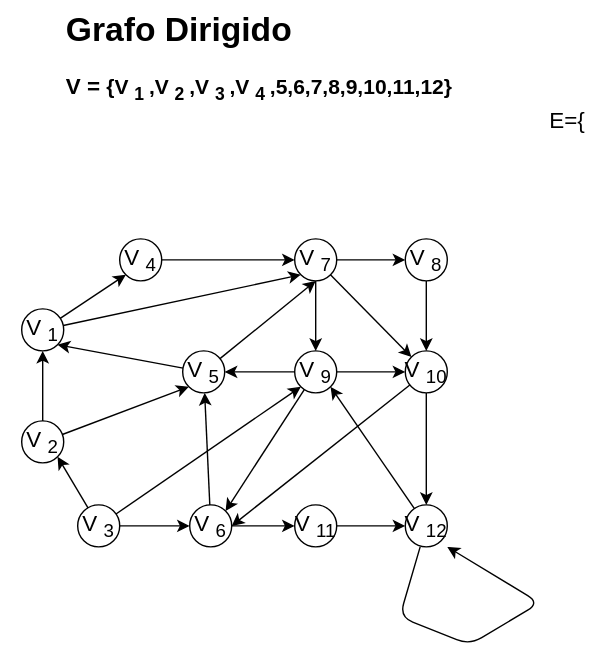
Before: Estructura-de-datos/Grafos/Ejercicio-grafosdir.drawio.svg, a diagram exported from draw.io (Nordcode-cyber/Algoritmos-Estructdatos). Source tidied: cells renumbered, new cells last; positions are measured from the earlier drawing's top-left corner, leaving out a move shared by most shapes.
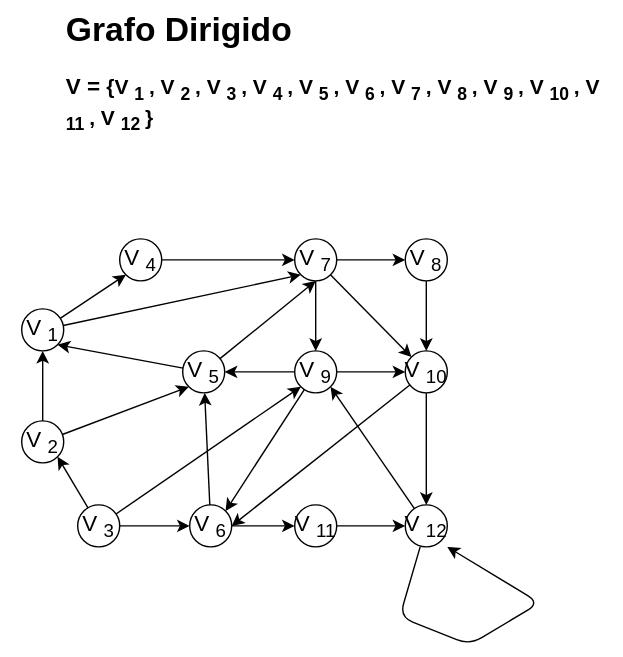
The same file after the commit.

Commit message:
graphs exjercise

Diff of the diagram source:
```diff
@@ -2,8 +2,8 @@
   <root>
     <mxCell id="0" />
     <mxCell id="1" parent="0" />
-    <mxCell id="2" value="&lt;h1 style=&quot;margin-top: 0px;&quot;&gt;&lt;font style=&quot;color: light-dark(rgb(0, 0, 0), rgb(0, 255, 128));&quot;&gt;Grafo Dirigido&lt;/font&gt;&lt;/h1&gt;&lt;p&gt;&lt;b&gt;&lt;font style=&quot;color: light-dark(rgb(0, 0, 0), rgb(255, 0, 0));&quot;&gt;&lt;font style=&quot;font-size: 16px;&quot;&gt;&lt;font style=&quot;&quot;&gt;V&lt;/font&gt;=&lt;/font&gt;&lt;font style=&quot;font-size: 15px;&quot;&gt;{V&lt;sub&gt;1&lt;/sub&gt;,V&lt;sub&gt;2&lt;/sub&gt;,V&lt;sub&gt;3&lt;/sub&gt;,V&lt;sub&gt;4&lt;/sub&gt;,5,6,7,8,9,10,11,12}&lt;/font&gt;&lt;/font&gt;&lt;/b&gt;&lt;/p&gt;" style="text;html=1;whiteSpace=wrap;overflow=hidden;rounded=0;" parent="1" vertex="1">
-      <mxGeometry x="45" width="280" height="120" as="geometry" />
+    <mxCell id="2" value="&lt;h1 style=&quot;margin-top: 0px;&quot;&gt;&lt;font style=&quot;color: light-dark(rgb(0, 0, 0), rgb(0, 255, 128));&quot;&gt;Grafo Dirigido&lt;/font&gt;&lt;/h1&gt;&lt;p&gt;&lt;b&gt;&lt;font style=&quot;color: light-dark(rgb(0, 0, 0), rgb(255, 0, 0));&quot;&gt;&lt;font style=&quot;font-size: 16px;&quot;&gt;&lt;font style=&quot;&quot;&gt;V&lt;/font&gt;=&lt;/font&gt;&lt;font style=&quot;font-size: 15px;&quot;&gt;{V&lt;sub&gt;1&lt;/sub&gt;, V&lt;sub&gt;2&lt;/sub&gt;, V&lt;sub&gt;3&lt;/sub&gt;, V&lt;sub&gt;4&lt;/sub&gt;, V&lt;sub&gt;5&lt;/sub&gt;, V&lt;sub&gt;6&lt;/sub&gt;, V&lt;sub&gt;7&lt;/sub&gt;, V&lt;sub&gt;8&lt;/sub&gt;, V&lt;sub&gt;9&lt;/sub&gt;, V&lt;sub&gt;10&lt;/sub&gt;, V&lt;sub&gt;11&lt;/sub&gt;, V&lt;sub&gt;12&lt;/sub&gt;}&lt;/font&gt;&lt;/font&gt;&lt;/b&gt;&lt;/p&gt;" style="text;html=1;whiteSpace=wrap;overflow=hidden;rounded=0;" parent="1" vertex="1">
+      <mxGeometry x="45" width="400" height="120" as="geometry" />
     </mxCell>
     <mxCell id="3" style="edgeStyle=none;html=1;entryX=0;entryY=1;entryDx=0;entryDy=0;" parent="1" edge="1" source="5" target="11">
       <mxGeometry relative="1" as="geometry" />
@@ -155,8 +155,5 @@
     <mxCell id="50" value="&lt;font style=&quot;font-size: 16px; color: light-dark(rgb(0, 0, 0), rgb(255, 0, 0));&quot;&gt;V&lt;sub&gt;12&lt;/sub&gt;&lt;/font&gt;" style="text;html=1;align=center;verticalAlign=middle;whiteSpace=wrap;rounded=0;" parent="1" vertex="1">
       <mxGeometry x="274" y="360" width="60" height="30" as="geometry" />
     </mxCell>
-    <mxCell id="51" value="&lt;font style=&quot;font-size: 16px;&quot;&gt;E={&lt;/font&gt;" style="text;html=1;align=center;verticalAlign=middle;whiteSpace=wrap;rounded=0;" parent="1" vertex="1">
-      <mxGeometry x="375" y="70" width="60" height="30" as="geometry" />
-    </mxCell>
   </root>
 </mxGraphModel>
```
